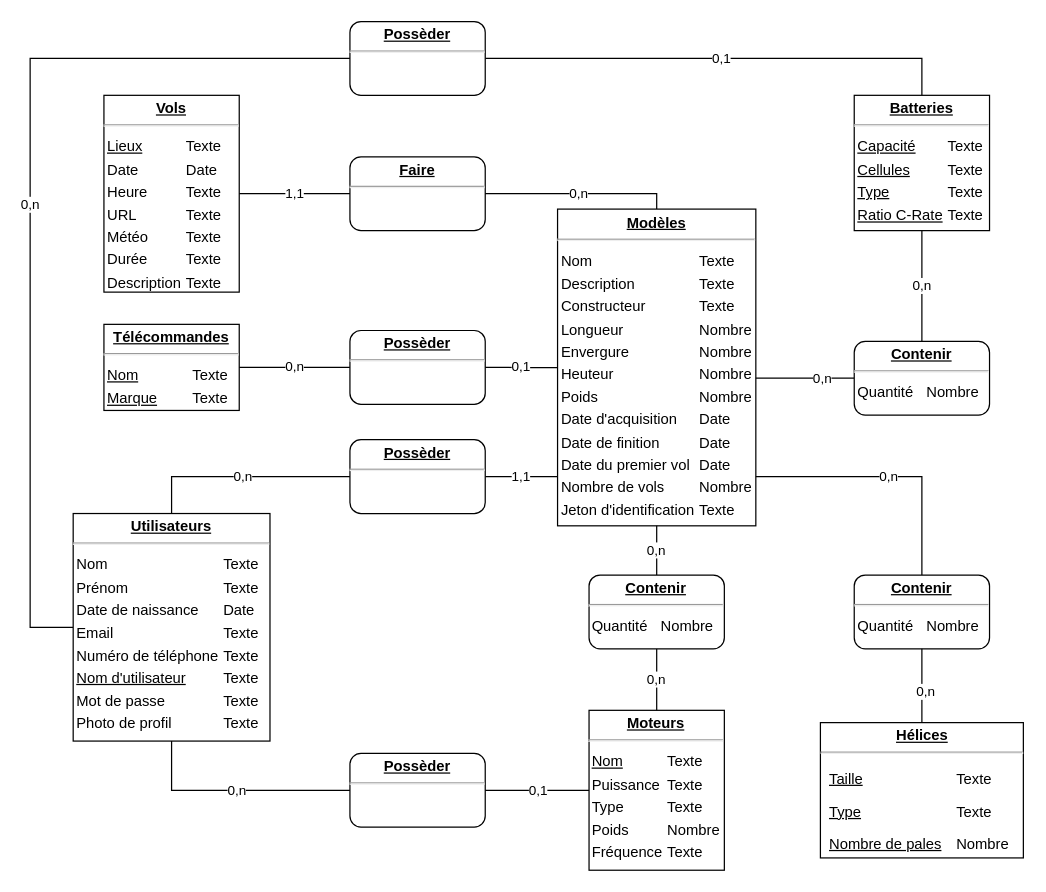
The draw.io diagram documents/DB/MCD.drawio in R0kkxSynetique/TPI, before the edit. Source tidied: cells renumbered, new cells numbered last; positions are measured from the earlier drawing's top-left corner, leaving out a move shared by most shapes. Both pictures are drawn from the tidied source at 123%, with x=0, y=0 at pixel (30, 21).
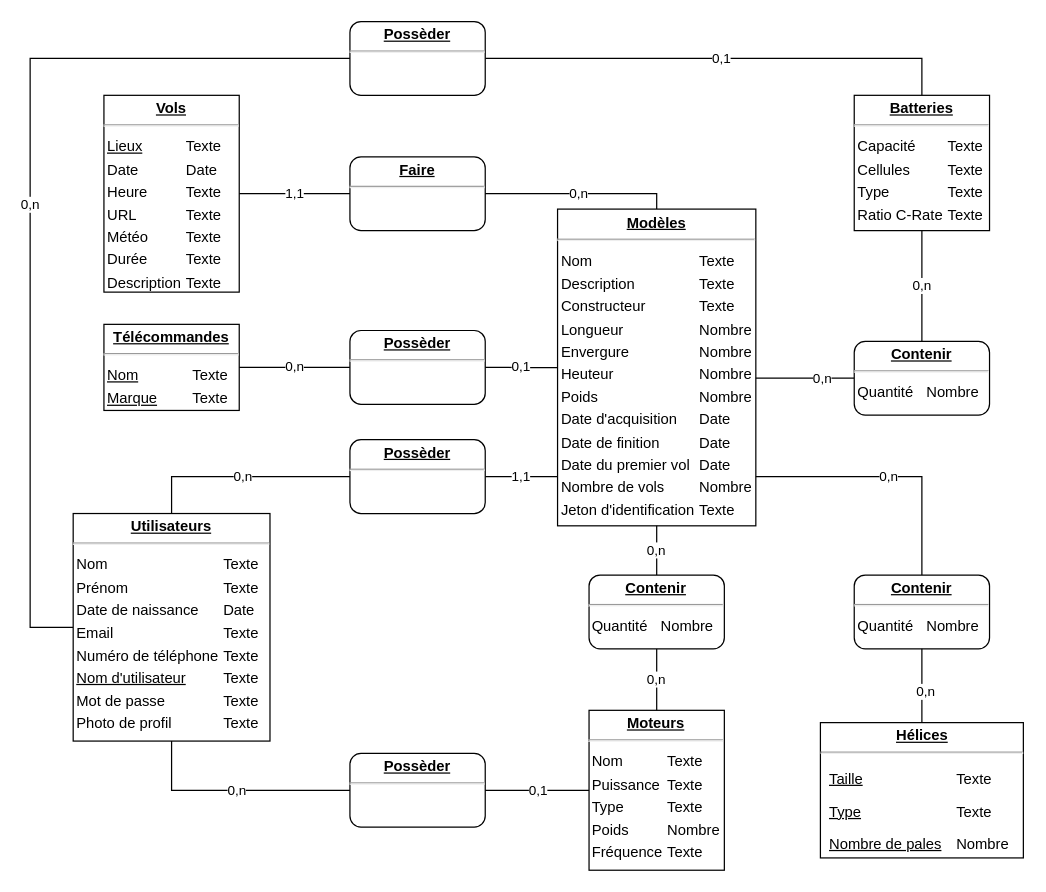
The same diagram, later.

Change to the diagram source:
```diff
@@
-    <mxCell id="7" value="&lt;p style=&quot;margin: 0px ; margin-top: 4px ; text-align: center ; text-decoration: underline&quot;&gt;&lt;b&gt;Moteurs&lt;/b&gt;&lt;/p&gt;&lt;hr&gt;&lt;p style=&quot;border-color: var(--border-color); margin: 0px 0px 0px 8px;&quot;&gt;&lt;/p&gt;&lt;table align=&quot;left&quot;&gt;&lt;tbody&gt;&lt;tr&gt;&lt;td&gt;&lt;u&gt;Nom&lt;/u&gt;&lt;/td&gt;&lt;td&gt;Texte&lt;/td&gt;&lt;/tr&gt;&lt;tr&gt;&lt;td&gt;Puissance&lt;/td&gt;&lt;td&gt;Texte&lt;/td&gt;&lt;/tr&gt;&lt;tr&gt;&lt;td&gt;Type&lt;/td&gt;&lt;td&gt;Texte&lt;/td&gt;&lt;/tr&gt;&lt;tr&gt;&lt;td&gt;Poids&lt;/td&gt;&lt;td&gt;Nombre&lt;/td&gt;&lt;/tr&gt;&lt;tr&gt;&lt;td&gt;Fréquence&lt;/td&gt;&lt;td&gt;Texte&lt;/td&gt;&lt;/tr&gt;&lt;/tbody&gt;&lt;/table&gt;&lt;p&gt;&lt;/p&gt;&lt;table&gt;&lt;tbody&gt;&lt;/tbody&gt;&lt;/table&gt;" style="verticalAlign=top;align=left;overflow=fill;fontSize=12;fontFamily=Helvetica;html=1;rounded=0;shadow=0;comic=0;labelBackgroundColor=none;strokeWidth=1;" parent="1" vertex="1">
+    <mxCell id="7" value="&lt;p style=&quot;margin: 0px ; margin-top: 4px ; text-align: center ; text-decoration: underline&quot;&gt;&lt;b&gt;Moteurs&lt;/b&gt;&lt;/p&gt;&lt;hr&gt;&lt;p style=&quot;border-color: var(--border-color); margin: 0px 0px 0px 8px;&quot;&gt;&lt;/p&gt;&lt;table align=&quot;left&quot;&gt;&lt;tbody&gt;&lt;tr&gt;&lt;td&gt;Nom&lt;/td&gt;&lt;td&gt;Texte&lt;/td&gt;&lt;/tr&gt;&lt;tr&gt;&lt;td&gt;Puissance&lt;/td&gt;&lt;td&gt;Texte&lt;/td&gt;&lt;/tr&gt;&lt;tr&gt;&lt;td&gt;Type&lt;/td&gt;&lt;td&gt;Texte&lt;/td&gt;&lt;/tr&gt;&lt;tr&gt;&lt;td&gt;Poids&lt;/td&gt;&lt;td&gt;Nombre&lt;/td&gt;&lt;/tr&gt;&lt;tr&gt;&lt;td&gt;Fréquence&lt;/td&gt;&lt;td&gt;Texte&lt;/td&gt;&lt;/tr&gt;&lt;/tbody&gt;&lt;/table&gt;&lt;p&gt;&lt;/p&gt;&lt;table&gt;&lt;tbody&gt;&lt;/tbody&gt;&lt;/table&gt;" style="verticalAlign=top;align=left;overflow=fill;fontSize=12;fontFamily=Helvetica;html=1;rounded=0;shadow=0;comic=0;labelBackgroundColor=none;strokeWidth=1;" parent="1" vertex="1">
       <mxGeometry x="454.4" y="560" width="110" height="130" as="geometry" />
     </mxCell>
@@
-    <mxCell id="10" value="&lt;p style=&quot;margin: 0px ; margin-top: 4px ; text-align: center ; text-decoration: underline&quot;&gt;&lt;b&gt;Batteries&lt;/b&gt;&lt;/p&gt;&lt;hr&gt;&lt;p style=&quot;border-color: var(--border-color); margin: 0px 0px 0px 8px;&quot;&gt;&lt;/p&gt;&lt;table align=&quot;left&quot;&gt;&lt;tbody&gt;&lt;tr&gt;&lt;td&gt;&lt;u&gt;Capacité&lt;/u&gt;&lt;/td&gt;&lt;td&gt;Texte&lt;/td&gt;&lt;/tr&gt;&lt;tr&gt;&lt;td&gt;&lt;u&gt;Cellules&lt;/u&gt;&lt;/td&gt;&lt;td&gt;Texte&lt;/td&gt;&lt;/tr&gt;&lt;tr&gt;&lt;td&gt;&lt;u&gt;Type&lt;/u&gt;&lt;/td&gt;&lt;td&gt;Texte&lt;/td&gt;&lt;/tr&gt;&lt;tr&gt;&lt;td&gt;&lt;u&gt;Ratio C-Rate&lt;/u&gt;&lt;/td&gt;&lt;td&gt;Texte&lt;/td&gt;&lt;/tr&gt;&lt;/tbody&gt;&lt;/table&gt;&lt;p&gt;&lt;/p&gt;&lt;table&gt;&lt;tbody&gt;&lt;/tbody&gt;&lt;/table&gt;" style="verticalAlign=top;align=left;overflow=fill;fontSize=12;fontFamily=Helvetica;html=1;rounded=0;shadow=0;comic=0;labelBackgroundColor=none;strokeWidth=1;" parent="1" vertex="1">
+    <mxCell id="10" value="&lt;p style=&quot;margin: 0px ; margin-top: 4px ; text-align: center ; text-decoration: underline&quot;&gt;&lt;b&gt;Batteries&lt;/b&gt;&lt;/p&gt;&lt;hr&gt;&lt;p style=&quot;border-color: var(--border-color); margin: 0px 0px 0px 8px;&quot;&gt;&lt;/p&gt;&lt;table align=&quot;left&quot;&gt;&lt;tbody&gt;&lt;tr&gt;&lt;td&gt;Capacité&lt;/td&gt;&lt;td&gt;Texte&lt;/td&gt;&lt;/tr&gt;&lt;tr&gt;&lt;td&gt;Cellules&lt;/td&gt;&lt;td&gt;Texte&lt;/td&gt;&lt;/tr&gt;&lt;tr&gt;&lt;td&gt;Type&lt;/td&gt;&lt;td&gt;Texte&lt;/td&gt;&lt;/tr&gt;&lt;tr&gt;&lt;td&gt;Ratio C-Rate&lt;/td&gt;&lt;td&gt;Texte&lt;/td&gt;&lt;/tr&gt;&lt;/tbody&gt;&lt;/table&gt;&lt;p&gt;&lt;/p&gt;&lt;table&gt;&lt;tbody&gt;&lt;/tbody&gt;&lt;/table&gt;" style="verticalAlign=top;align=left;overflow=fill;fontSize=12;fontFamily=Helvetica;html=1;rounded=0;shadow=0;comic=0;labelBackgroundColor=none;strokeWidth=1;" parent="1" vertex="1">
       <mxGeometry x="670" y="60" width="110" height="110" as="geometry" />
     </mxCell>
```
